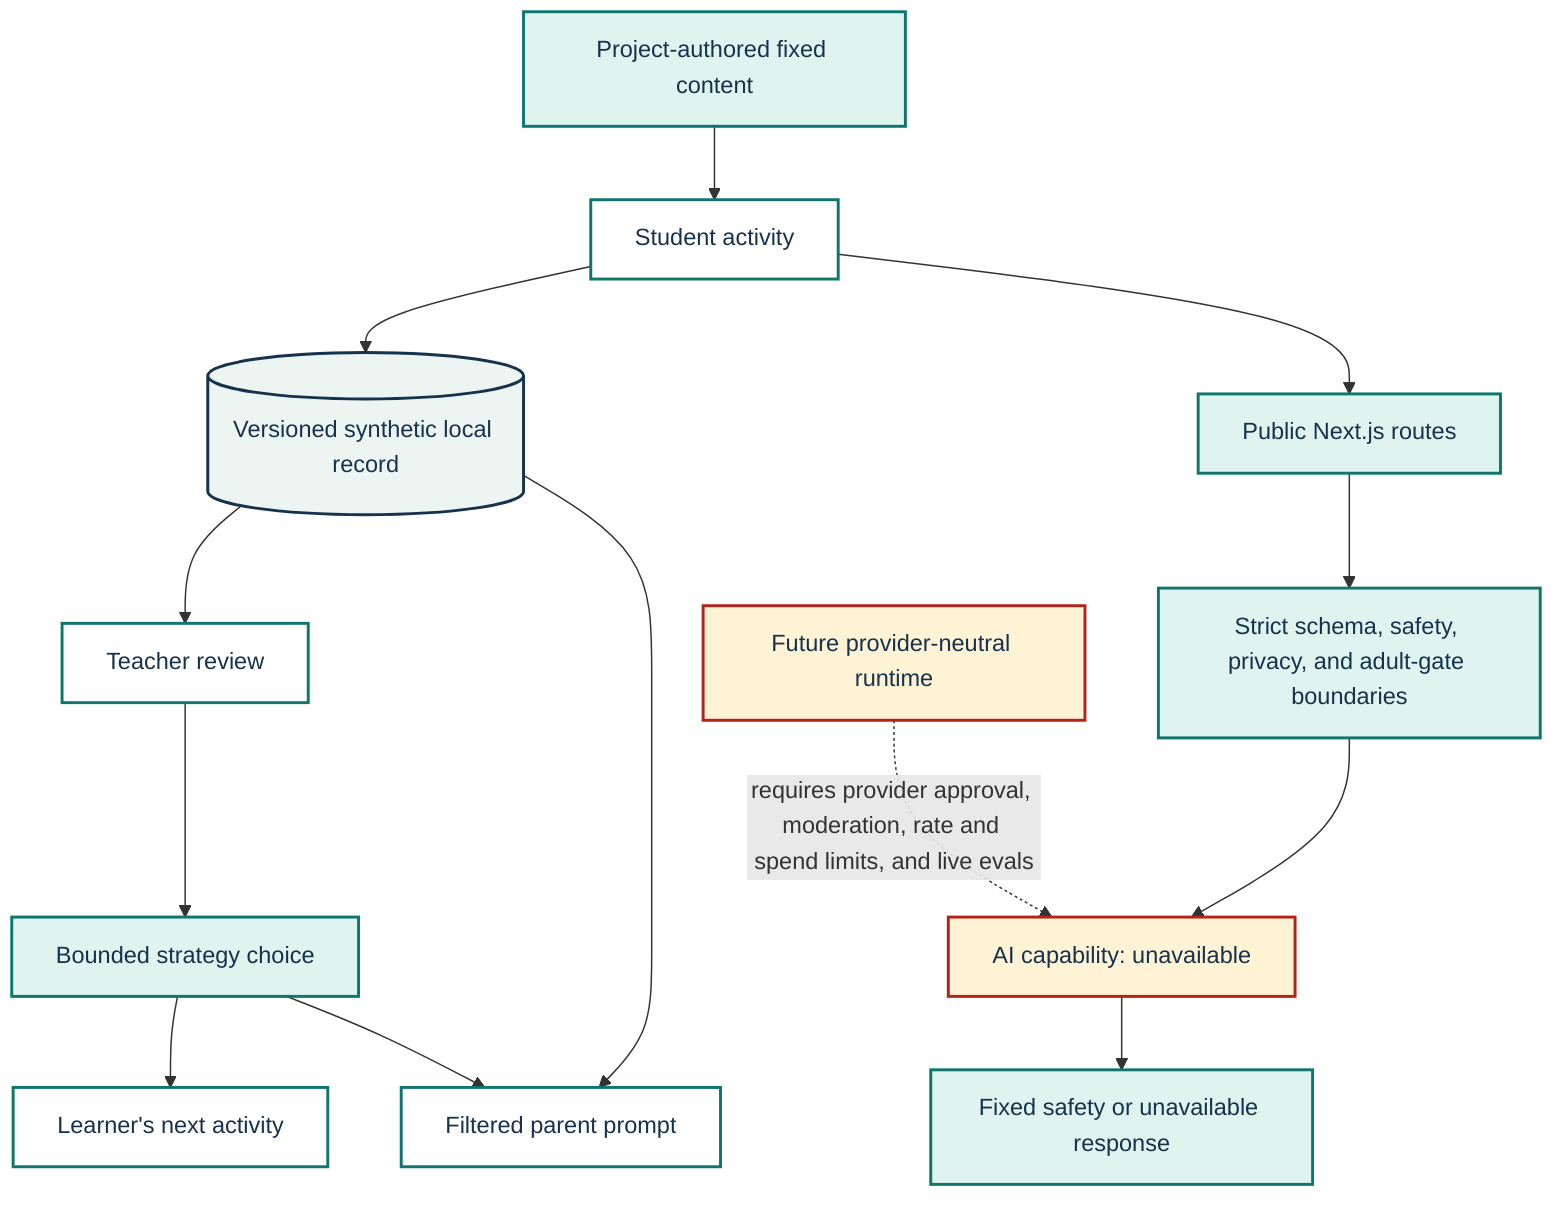
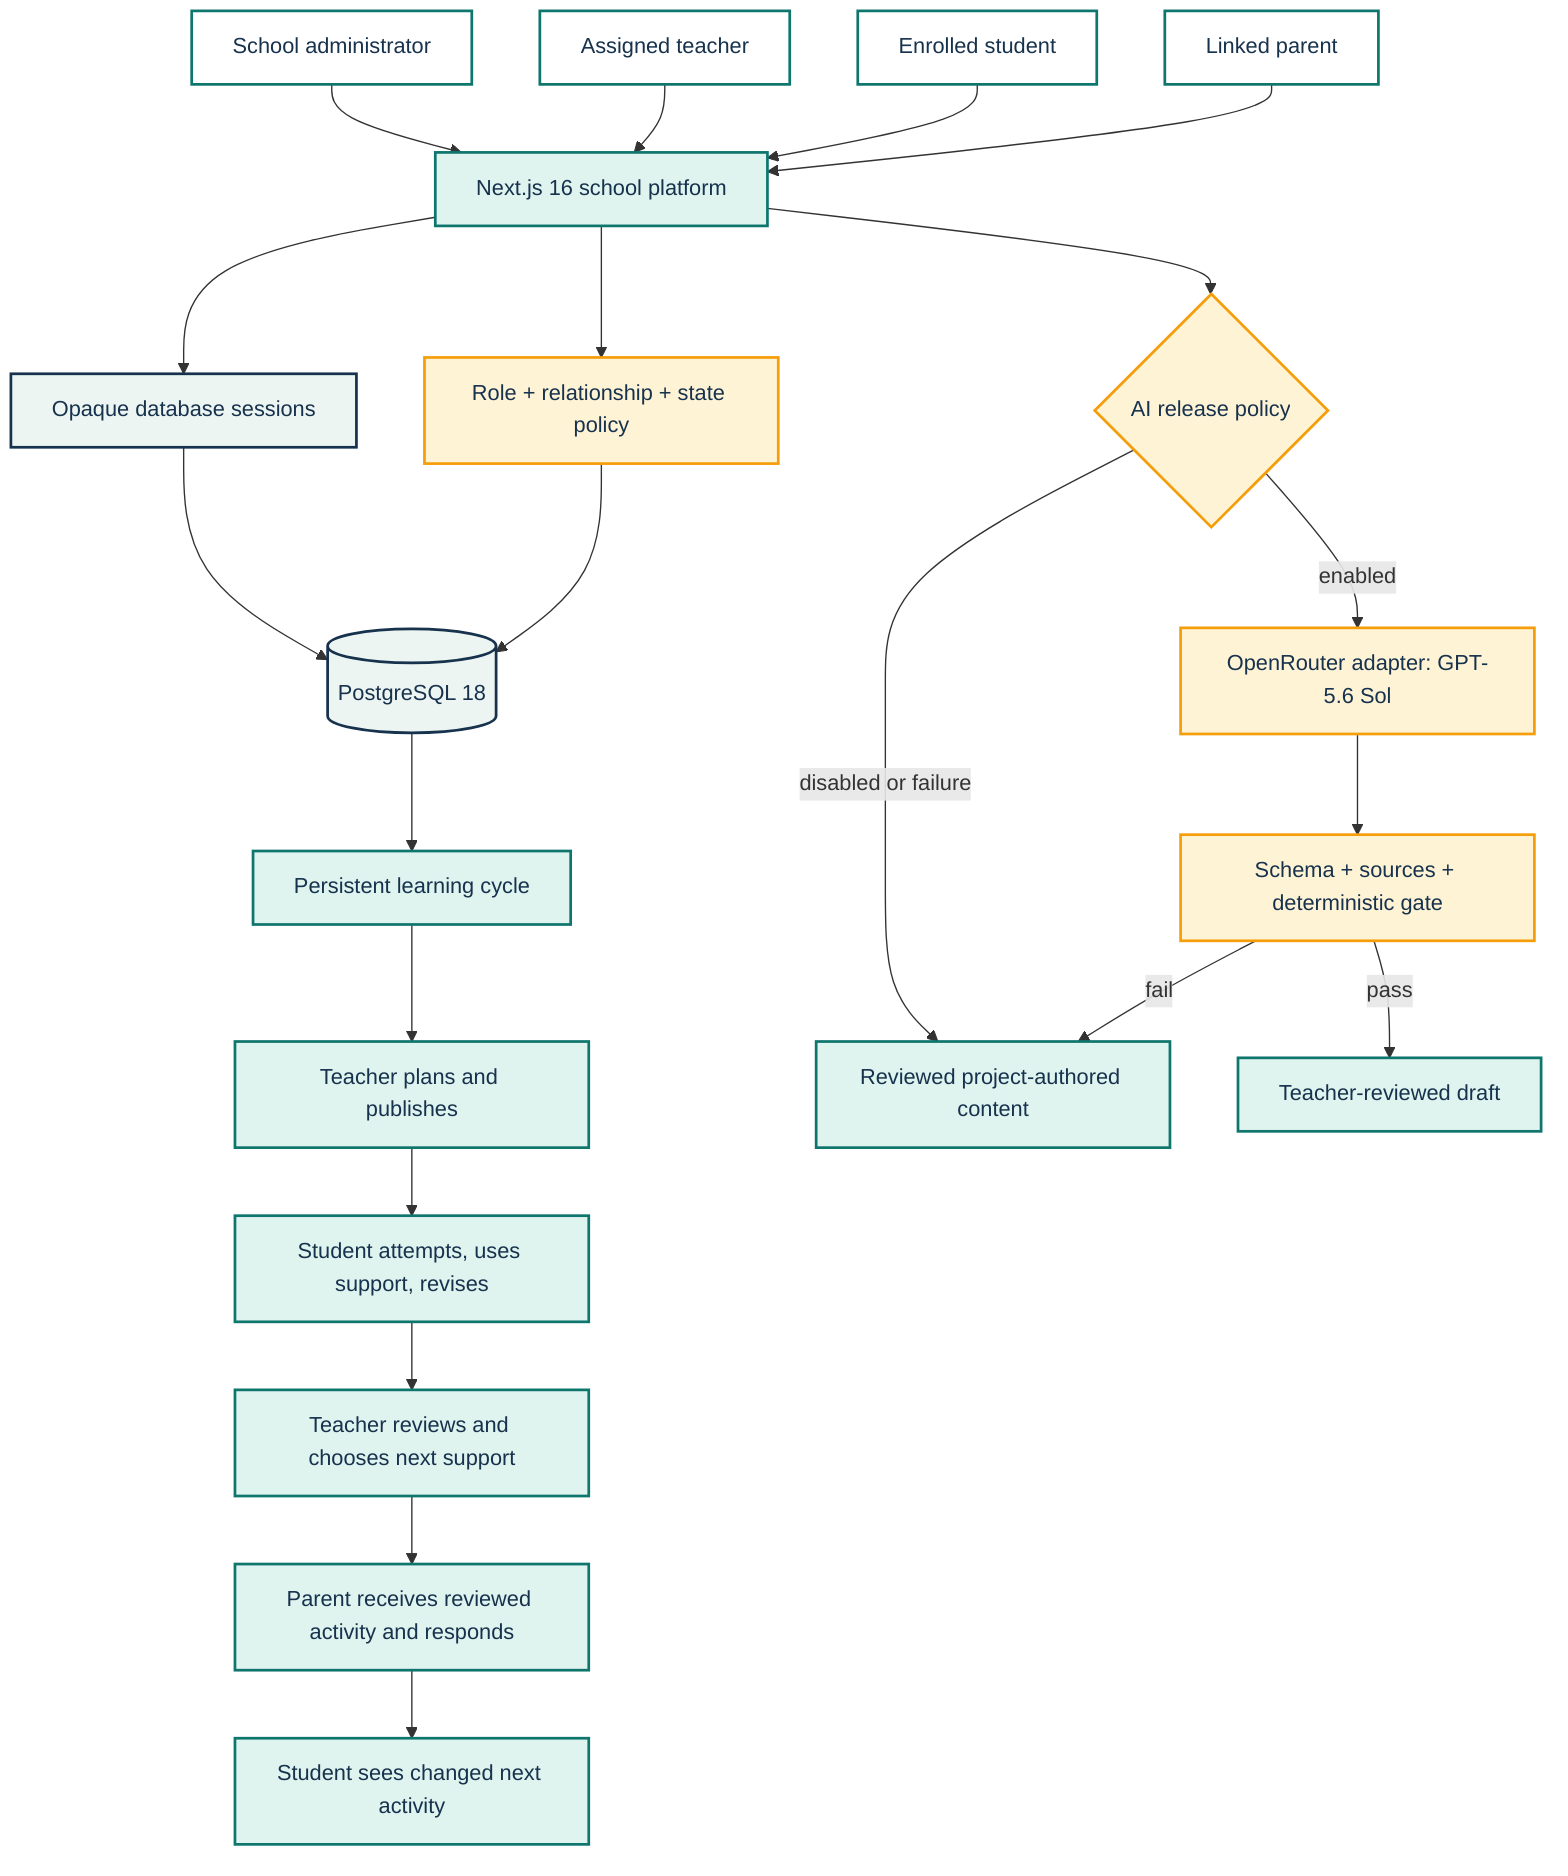
%% Compatibility overview only. The canonical architecture evidence is in
%% docs/diagrams/render and docs/SYSTEM-DESIGN.md.
flowchart TB
-   Student["Student activity"] --> Record[("Versioned synthetic local record")]
-   Record --> Teacher["Teacher review"]
-   Teacher --> Strategy["Bounded strategy choice"]
-   Strategy --> Next["Learner's next activity"]
-   Record --> Parent["Filtered parent prompt"]
-   Strategy --> Parent
+   Admin["School administrator"] --> App["Next.js 16 school platform"]
+   Teacher["Assigned teacher"] --> App
+   Student["Enrolled student"] --> App
+   Parent["Linked parent"] --> App

-   Fixed["Project-authored fixed content"] --> Student
-   Student --> API["Public Next.js routes"]
-   API --> Boundary["Strict schema, safety, privacy, and adult-gate boundaries"]
-   Boundary --> Capability["AI capability: unavailable"]
-   Capability --> Fallback["Fixed safety or unavailable response"]
+   App --> Auth["Opaque database sessions"]
+   App --> Policy["Role + relationship + state policy"]
+   Auth --> DB[("PostgreSQL 18")]
+   Policy --> DB
+   DB --> Cycle["Persistent learning cycle"]

-   Future["Future provider-neutral runtime"] -. "requires provider approval, moderation, rate and spend limits, and live evals" .-> Capability
+   Cycle --> Plan["Teacher plans and publishes"]
+   Plan --> Evidence["Student attempts, uses support, revises"]
+   Evidence --> Review["Teacher reviews and chooses next support"]
+   Review --> Family["Parent receives reviewed activity and responds"]
+   Family --> Next["Student sees changed next activity"]
+ 
+   App --> Gate{"AI release policy"}
+   Gate -->|disabled or failure| Fixed["Reviewed project-authored content"]
+   Gate -->|enabled| Adapter["OpenRouter adapter: GPT-5.6 Sol"]
+   Adapter --> Validate["Schema + sources + deterministic gate"]
+   Validate -->|pass| Draft["Teacher-reviewed draft"]
+   Validate -->|fail| Fixed

  classDef role fill:#ffffff,stroke:#0f766e,stroke-width:2px,color:#17324d;
  classDef control fill:#dff3ef,stroke:#0f766e,stroke-width:2px,color:#17324d;
-   classDef blocked fill:#fff3d6,stroke:#b42318,stroke-width:2px,color:#17324d;
+   classDef guard fill:#fff3d6,stroke:#f59e0b,stroke-width:2px,color:#17324d;
  classDef store fill:#edf5f2,stroke:#17324d,stroke-width:2px,color:#17324d;
-   class Student,Teacher,Parent,Next role;
-   class API,Boundary,Fixed,Fallback,Strategy control;
-   class Capability,Future blocked;
-   class Record store;
+   class Admin,Teacher,Student,Parent role;
+   class App,Cycle,Plan,Evidence,Review,Family,Next,Fixed,Draft control;
+   class Policy,Gate,Adapter,Validate guard;
+   class DB,Auth store;
